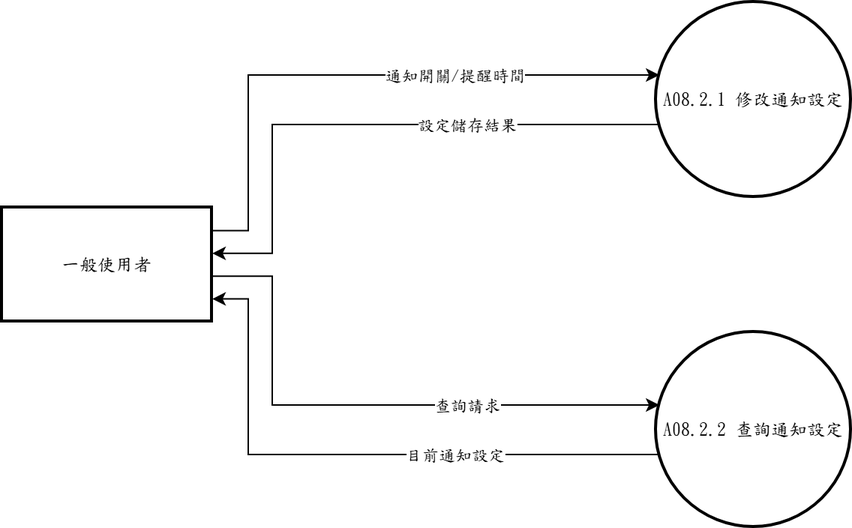
Earlier version of the draw.io export 系統文件/第6章/DFD圖/圖8/新/圖8.2.drawio.png (s22452007/115502). Source tidied: cells renumbered, new cells last; positions are measured from the earlier drawing's top-left corner, leaving out a move shared by most shapes. Source of this version:
```xml
<mxGraphModel>
  <root>
    <mxCell id="0" />
    <mxCell id="1" parent="0" />
    <mxCell id="2" value="A08.2.1 修改通知設定" style="ellipse;strokeWidth=2;whiteSpace=wrap;html=1;fontFamily=標楷體;" parent="1" vertex="1">
      <mxGeometry x="436" width="130" height="130" as="geometry" />
    </mxCell>
    <mxCell id="3" value="A08.2.2 查詢通知設定" style="ellipse;strokeWidth=2;whiteSpace=wrap;html=1;fontFamily=標楷體;" parent="1" vertex="1">
      <mxGeometry x="436" y="220" width="130" height="130" as="geometry" />
    </mxCell>
    <mxCell id="4" value="一般使用者" style="whiteSpace=wrap;strokeWidth=2;html=1;fontFamily=標楷體;" parent="1" vertex="1">
      <mxGeometry y="137" width="140" height="76" as="geometry" />
    </mxCell>
    <mxCell id="5" style="edgeStyle=none;rounded=0;html=1;fontFamily=標楷體;endArrow=classic;exitX=1.0000;exitY=0.2000;exitDx=0;exitDy=0;exitPerimeter=0;entryX=0.0163;entryY=0.3733;entryDx=0;entryDy=0;entryPerimeter=0;" parent="1" edge="1" source="4" target="2">
      <mxGeometry relative="1" as="geometry">
        <Array as="points">
          <mxPoint x="164" y="152.2" />
          <mxPoint x="164" y="48.5" />
        </Array>
      </mxGeometry>
    </mxCell>
    <mxCell id="6" value="通知開關/提醒時間" style="edgeLabel;html=1;align=center;verticalAlign=middle;fontFamily=標楷體;" parent="5" vertex="1">
      <mxGeometry x="0.32" relative="1" as="geometry" />
    </mxCell>
    <mxCell id="7" style="edgeStyle=none;rounded=0;html=1;fontFamily=標楷體;endArrow=classic;exitX=0.0163;exitY=0.6267;exitDx=0;exitDy=0;exitPerimeter=0;entryX=1.0000;entryY=0.4000;entryDx=0;entryDy=0;entryPerimeter=0;" parent="1" edge="1" source="2" target="4">
      <mxGeometry relative="1" as="geometry">
        <Array as="points">
          <mxPoint x="180" y="81.5" />
          <mxPoint x="180" y="167.4" />
        </Array>
      </mxGeometry>
    </mxCell>
    <mxCell id="8" value="設定儲存結果" style="edgeLabel;html=1;align=center;verticalAlign=middle;fontFamily=標楷體;" parent="7" vertex="1">
      <mxGeometry x="-0.33" relative="1" as="geometry" />
    </mxCell>
    <mxCell id="9" style="edgeStyle=none;rounded=0;html=1;fontFamily=標楷體;endArrow=classic;exitX=1.0000;exitY=0.6000;exitDx=0;exitDy=0;exitPerimeter=0;entryX=0.0163;entryY=0.3733;entryDx=0;entryDy=0;entryPerimeter=0;" parent="1" edge="1" source="4" target="3">
      <mxGeometry relative="1" as="geometry">
        <Array as="points">
          <mxPoint x="180" y="182.6" />
          <mxPoint x="180" y="268.5" />
        </Array>
      </mxGeometry>
    </mxCell>
    <mxCell id="10" value="查詢請求" style="edgeLabel;html=1;align=center;verticalAlign=middle;fontFamily=標楷體;" parent="9" vertex="1">
      <mxGeometry x="0.33" relative="1" as="geometry" />
    </mxCell>
    <mxCell id="11" style="edgeStyle=none;rounded=0;html=1;fontFamily=標楷體;endArrow=classic;exitX=0.0163;exitY=0.6267;exitDx=0;exitDy=0;exitPerimeter=0;entryX=1.0000;entryY=0.8000;entryDx=0;entryDy=0;entryPerimeter=0;" parent="1" edge="1" source="3" target="4">
      <mxGeometry relative="1" as="geometry">
        <Array as="points">
          <mxPoint x="164" y="301.5" />
          <mxPoint x="164" y="197.8" />
        </Array>
      </mxGeometry>
    </mxCell>
    <mxCell id="12" value="目前通知設定" style="edgeLabel;html=1;align=center;verticalAlign=middle;fontFamily=標楷體;" parent="11" vertex="1">
      <mxGeometry x="-0.32" relative="1" as="geometry" />
    </mxCell>
  </root>
</mxGraphModel>
```
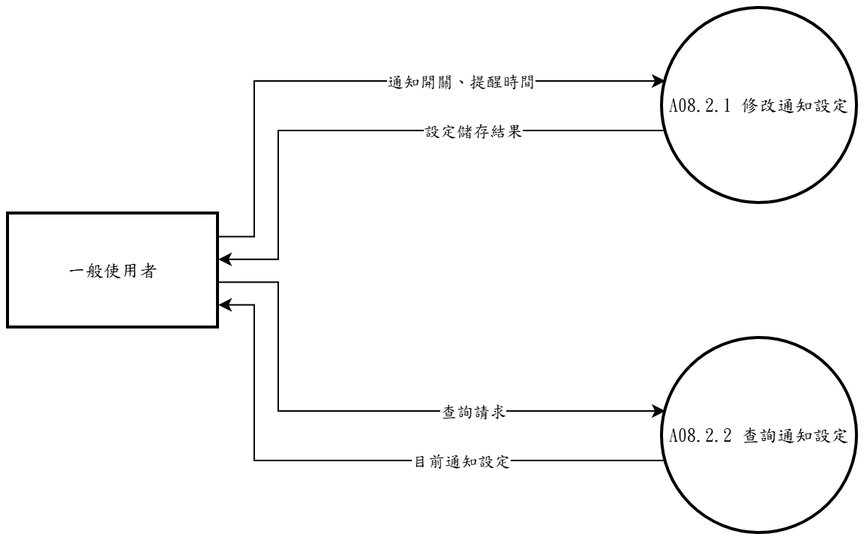
After the change.

Diff of the diagram source:
```diff
@@ -19,7 +19,7 @@
         </Array>
       </mxGeometry>
     </mxCell>
-    <mxCell id="6" value="通知開關/提醒時間" style="edgeLabel;html=1;align=center;verticalAlign=middle;fontFamily=標楷體;" parent="5" vertex="1">
+    <mxCell id="6" value="通知開關、提醒時間" style="edgeLabel;html=1;align=center;verticalAlign=middle;fontFamily=標楷體;" parent="5" vertex="1">
       <mxGeometry x="0.32" relative="1" as="geometry" />
     </mxCell>
     <mxCell id="7" style="edgeStyle=none;rounded=0;html=1;fontFamily=標楷體;endArrow=classic;exitX=0.0163;exitY=0.6267;exitDx=0;exitDy=0;exitPerimeter=0;entryX=1.0000;entryY=0.4000;entryDx=0;entryDy=0;entryPerimeter=0;" parent="1" edge="1" source="2" target="4">
```
